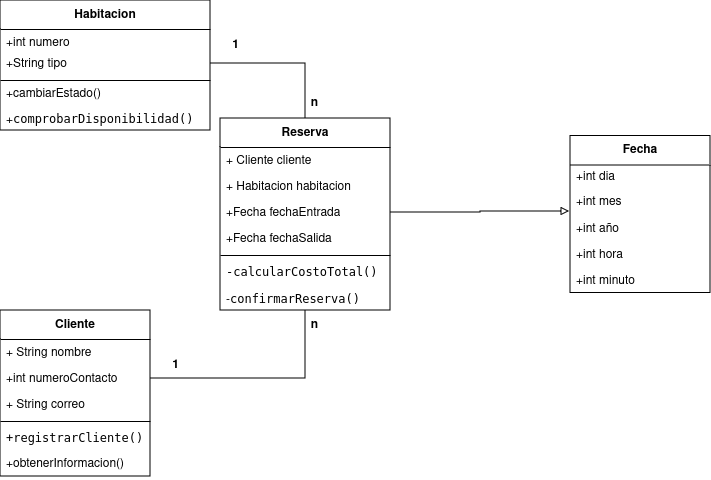
gian700/diagrama-de-clases keeps this draw.io diagram as HabitacionHotel.png. Above is the earlier version. Source tidied: cells renumbered, new cells last; positions are measured from the earlier drawing's top-left corner, leaving out a move shared by most shapes.
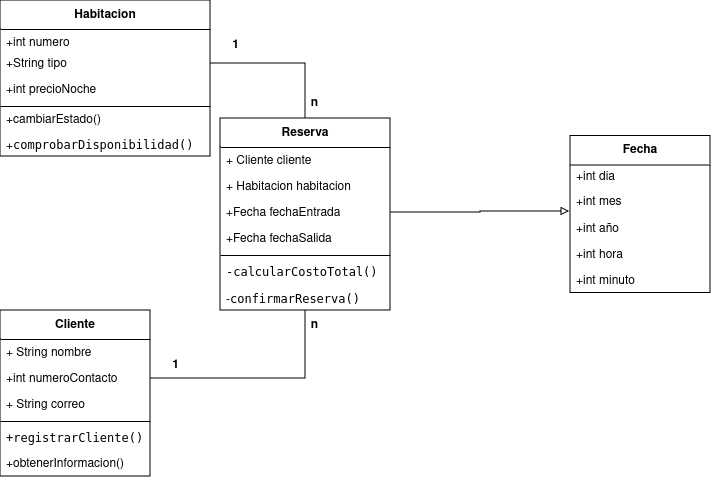
Later version of the same file.

Diff of the diagram source:
```diff
@@ -3,7 +3,7 @@
     <mxCell id="0" />
     <mxCell id="1" parent="0" />
     <mxCell id="2" value="Habitacion" style="swimlane;fontStyle=1;align=center;verticalAlign=middle;horizontal=1;startSize=29;html=1;whiteSpace=wrap;" parent="1" vertex="1">
-      <mxGeometry width="210" height="130" as="geometry" />
+      <mxGeometry width="210" height="156" as="geometry" />
     </mxCell>
     <mxCell id="3" value="&lt;div&gt;+int numero&lt;/div&gt;" style="text;strokeColor=none;fillColor=none;align=left;verticalAlign=top;spacingLeft=4;spacingRight=4;overflow=hidden;whiteSpace=wrap;html=1;" parent="2" vertex="1">
       <mxGeometry y="29" width="210" height="21" as="geometry" />
@@ -11,14 +11,17 @@
     <mxCell id="4" value="+String tipo" style="text;strokeColor=none;fillColor=none;align=left;verticalAlign=top;spacingLeft=4;spacingRight=4;overflow=hidden;points=[[0,0.5],[1,0.5]];portConstraint=eastwest;whiteSpace=wrap;html=1;" parent="2" vertex="1">
       <mxGeometry y="50" width="210" height="26" as="geometry" />
     </mxCell>
+    <mxCell id="36" value="+int precioNoche" style="text;strokeColor=none;fillColor=none;align=left;verticalAlign=top;spacingLeft=4;spacingRight=4;overflow=hidden;whiteSpace=wrap;html=1;" parent="2" vertex="1">
+      <mxGeometry y="76" width="210" height="26" as="geometry" />
+    </mxCell>
     <mxCell id="5" style="line;strokeWidth=1;fillColor=none;align=left;verticalAlign=middle;spacingTop=-1;spacingLeft=3;spacingRight=3;labelPosition=right;strokeColor=inherit;" parent="2" vertex="1">
-      <mxGeometry y="76" width="210" height="8" as="geometry" />
+      <mxGeometry y="102" width="210" height="8" as="geometry" />
     </mxCell>
     <mxCell id="6" value="+cambiarEstado()" style="text;html=1;strokeColor=none;fillColor=none;align=left;verticalAlign=middle;spacingLeft=4;spacingRight=4;overflow=hidden;whiteSpace=wrap;" parent="2" vertex="1">
-      <mxGeometry y="84" width="210" height="20" as="geometry" />
+      <mxGeometry y="110" width="210" height="20" as="geometry" />
     </mxCell>
     <mxCell id="7" value="+&lt;code&gt;comprobarDisponibilidad()&lt;/code&gt;" style="text;strokeColor=none;fillColor=none;align=left;verticalAlign=top;spacingLeft=4;spacingRight=4;overflow=hidden;whiteSpace=wrap;html=1;" parent="2" vertex="1">
-      <mxGeometry y="104" width="210" height="26" as="geometry" />
+      <mxGeometry y="130" width="210" height="26" as="geometry" />
     </mxCell>
     <mxCell id="8" value="Cliente" style="swimlane;fontStyle=1;align=center;verticalAlign=middle;horizontal=1;startSize=29;html=1;whiteSpace=wrap;" parent="1" vertex="1">
       <mxGeometry y="310" width="150" height="166" as="geometry" />
```
